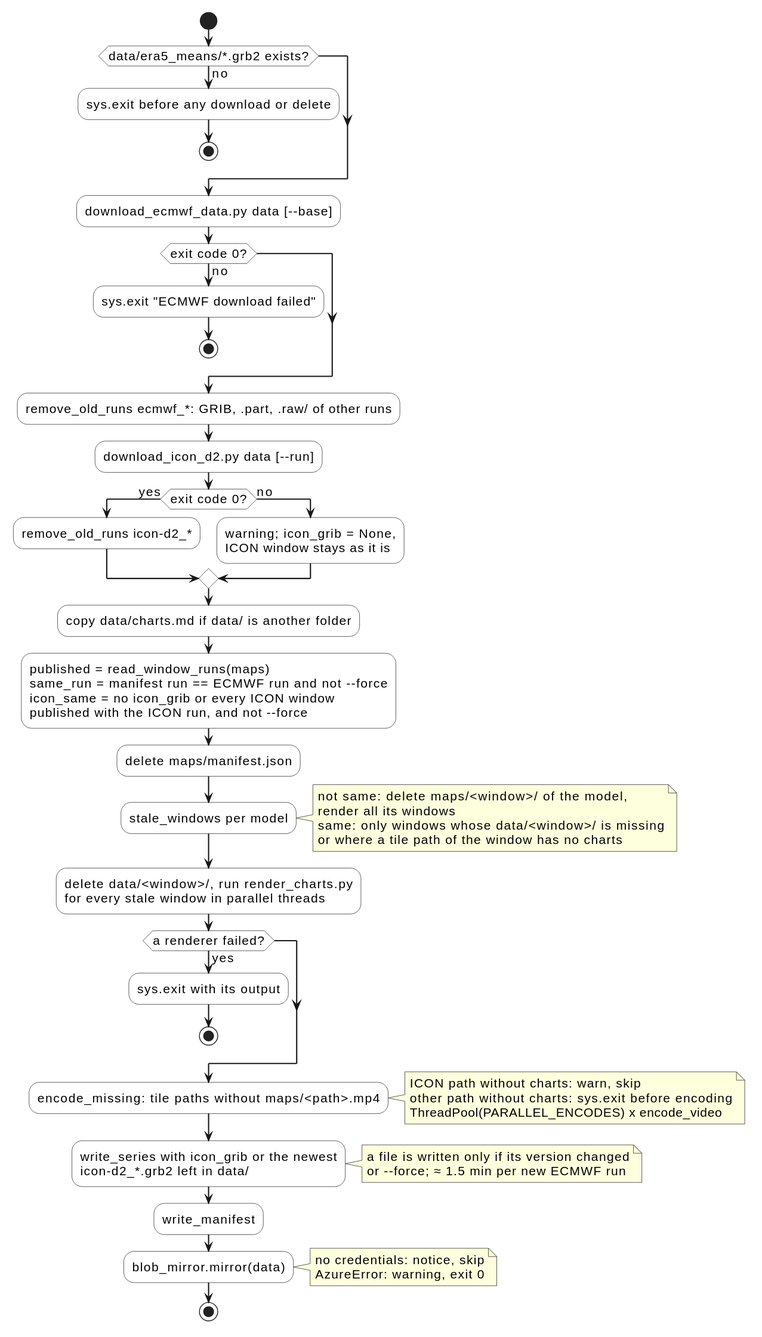
Above: docs/update_maps.svg in schletz/wetterkartenviewer (PlantUML), before the change.
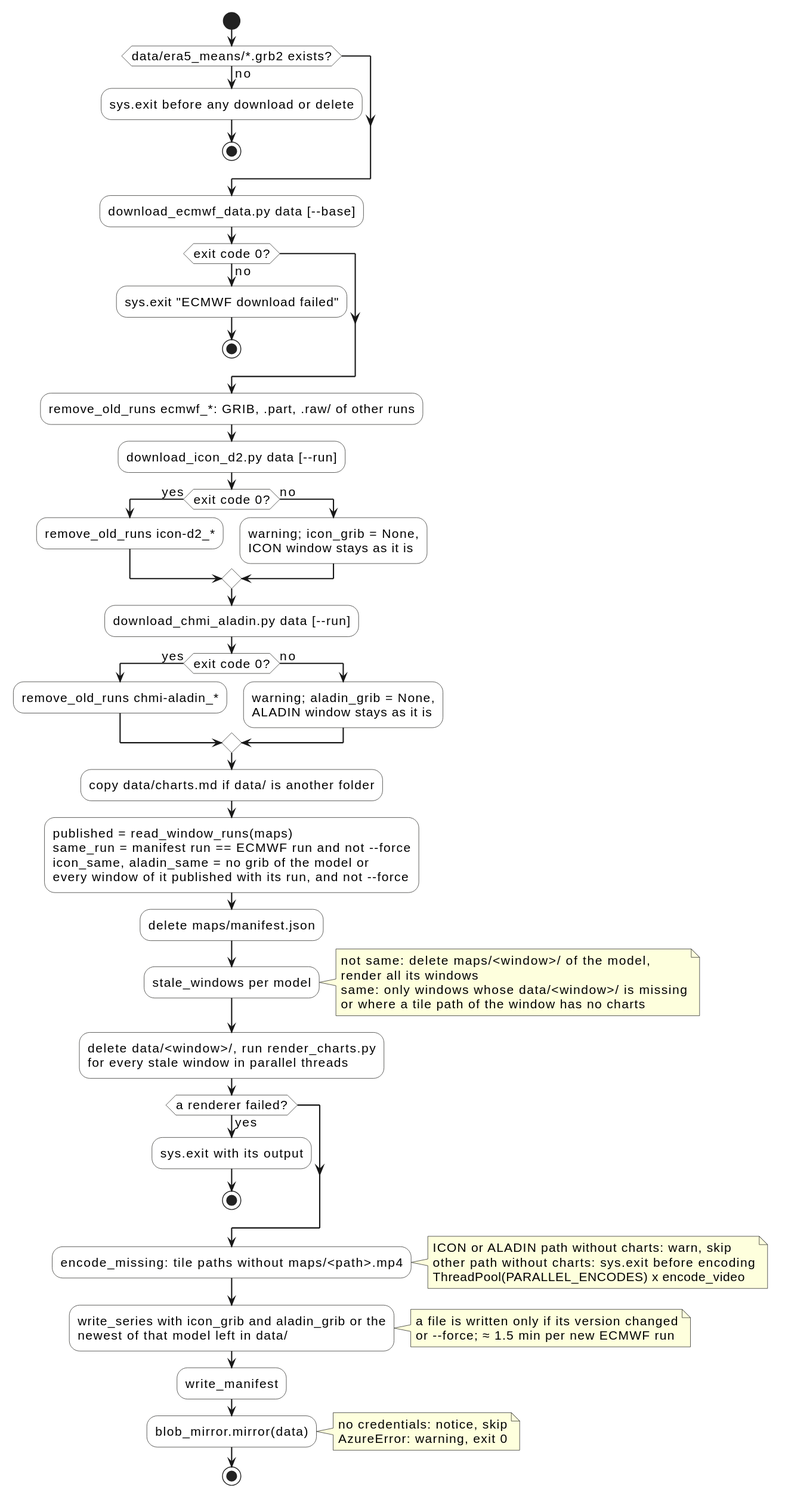
Above is the later version.

Change to the diagram source:
```diff
@@ -59,11 +59,18 @@
  :warning; icon_grib = None,
  ICON window stays as it is;
 endif
+:download_chmi_aladin.py data [--run];
+if (exit code 0?) then (yes)
+ :remove_old_runs chmi-aladin_*;
+else (no)
+ :warning; aladin_grib = None,
+ ALADIN window stays as it is;
+endif
 :copy data/charts.md if data/ is another folder;
 :published = read_window_runs(maps)
 same_run = manifest run == ECMWF run and not --force
-icon_same = no icon_grib or every ICON window
-published with the ICON run, and not --force;
+icon_same, aladin_same = no grib of the model or
+every window of it published with its run, and not --force;
 :delete maps/manifest.json;
 :stale_windows per model;
 note right
@@ -80,12 +87,12 @@
 endif
 :encode_missing: tile paths without maps/<path>.mp4;
 note right
- ICON path without charts: warn, skip
+ ICON or ALADIN path without charts: warn, skip
  other path without charts: sys.exit before encoding
  ThreadPool(PARALLEL_ENCODES) x encode_video
 end note
-:write_series with icon_grib or the newest
-icon-d2_*.grb2 left in data/;
+:write_series with icon_grib and aladin_grib or the
+newest of that model left in data/;
 note right
  a file is written only if its version changed
  or --force; ≈ 1.5 min per new ECMWF run
```
